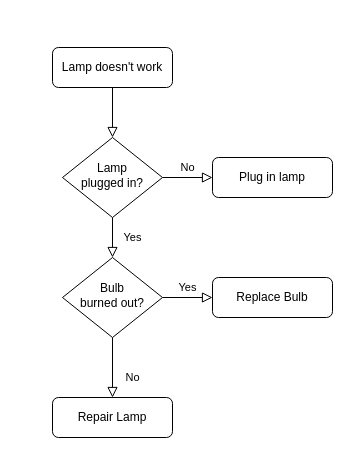
Before: Untitled Diagram1234.drawio in javigallotorres/Data4Good, a draw.io diagram. Source tidied: cells renumbered, new cells numbered last; positions are measured from the earlier drawing's top-left corner, leaving out a move shared by most shapes. Both pictures are drawn from the tidied source at 100%, with x=0, y=0 at pixel (52, 47).
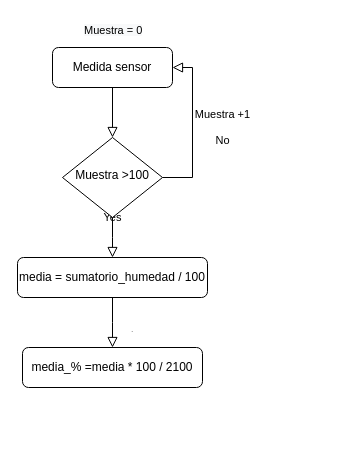
Above is the later version.

Diff of the diagram source:
```diff
@@
 <mxGraphModel>
   <root>
     <mxCell id="0" />
     <mxCell id="1" parent="0" />
     <mxCell id="2" style="rounded=0;html=1;jettySize=auto;fontSize=11;endArrow=block;endFill=0;endSize=8;strokeWidth=1;shadow=0;labelBackgroundColor=none;edgeStyle=orthogonalEdgeStyle;" parent="1" edge="1" source="3" target="6">
       <mxGeometry relative="1" as="geometry" />
     </mxCell>
-    <mxCell id="3" value="Lamp doesn't work" style="rounded=1;whiteSpace=wrap;html=1;fontSize=12;glass=0;strokeWidth=1;shadow=0;" parent="1" vertex="1">
+    <mxCell id="3" value="Medida sensor" style="rounded=1;whiteSpace=wrap;html=1;fontSize=12;glass=0;strokeWidth=1;shadow=0;" parent="1" vertex="1">
       <mxGeometry width="120" height="40" as="geometry" />
     </mxCell>
-    <mxCell id="4" value="Yes" style="rounded=0;html=1;jettySize=auto;fontSize=11;endArrow=block;endFill=0;endSize=8;strokeWidth=1;shadow=0;labelBackgroundColor=none;edgeStyle=orthogonalEdgeStyle;" parent="1" edge="1" source="6" target="10">
-      <mxGeometry y="20" relative="1" as="geometry" />
+    <mxCell id="4" value="Yes" style="rounded=0;html=1;jettySize=auto;fontSize=11;endArrow=block;endFill=0;endSize=8;strokeWidth=1;shadow=0;labelBackgroundColor=none;edgeStyle=orthogonalEdgeStyle;" parent="1" edge="1" source="6">
+      <mxGeometry y="20" relative="1" as="geometry">
+        <mxPoint x="60" y="210" as="targetPoint" />
+      </mxGeometry>
     </mxCell>
-    <mxCell id="5" value="No" style="edgeStyle=orthogonalEdgeStyle;rounded=0;html=1;jettySize=auto;fontSize=11;endArrow=block;endFill=0;endSize=8;strokeWidth=1;shadow=0;labelBackgroundColor=none;" parent="1" edge="1" source="6" target="7">
-      <mxGeometry y="10" relative="1" as="geometry" />
+    <mxCell id="5" value="Muestra +1&lt;br&gt;&lt;br&gt;No" style="edgeStyle=orthogonalEdgeStyle;rounded=0;html=1;jettySize=auto;fontSize=11;endArrow=block;endFill=0;endSize=8;strokeWidth=1;shadow=0;labelBackgroundColor=none;entryX=1;entryY=0.5;entryDx=0;entryDy=0;" parent="1" edge="1" source="6" target="3">
+      <mxGeometry y="-30" relative="1" as="geometry">
+        <Array as="points">
+          <mxPoint x="140" y="130" />
+          <mxPoint x="140" y="20" />
+        </Array>
+      </mxGeometry>
     </mxCell>
-    <mxCell id="6" value="Lamp&lt;br&gt;plugged in?" style="rhombus;whiteSpace=wrap;html=1;shadow=0;fontFamily=Helvetica;fontSize=12;align=center;strokeWidth=1;spacing=6;spacingTop=-4;" parent="1" vertex="1">
+    <mxCell id="6" value="Muestra &amp;gt;100" style="rhombus;whiteSpace=wrap;html=1;shadow=0;fontFamily=Helvetica;fontSize=12;align=center;strokeWidth=1;spacing=6;spacingTop=-4;" parent="1" vertex="1">
       <mxGeometry x="10" y="90" width="100" height="80" as="geometry" />
     </mxCell>
-    <mxCell id="7" value="Plug in lamp" style="rounded=1;whiteSpace=wrap;html=1;fontSize=12;glass=0;strokeWidth=1;shadow=0;" parent="1" vertex="1">
-      <mxGeometry x="160" y="110" width="120" height="40" as="geometry" />
-    </mxCell>
-    <mxCell id="8" value="No" style="rounded=0;html=1;jettySize=auto;fontSize=11;endArrow=block;endFill=0;endSize=8;strokeWidth=1;shadow=0;labelBackgroundColor=none;edgeStyle=orthogonalEdgeStyle;" parent="1" edge="1" source="10" target="11">
-      <mxGeometry x="0.33" y="20" relative="1" as="geometry" />
+    <mxCell id="8" value="No" style="rounded=0;html=1;jettySize=auto;fontSize=1;endArrow=block;endFill=0;endSize=8;strokeWidth=1;shadow=0;labelBackgroundColor=none;edgeStyle=orthogonalEdgeStyle;exitX=0.5;exitY=1;exitDx=0;exitDy=0;" parent="1" edge="1" source="12">
+      <mxGeometry x="0.33" y="20" relative="1" as="geometry">
+        <mxPoint x="60" y="300" as="targetPoint" />
+      </mxGeometry>
     </mxCell>
-    <mxCell id="9" value="Yes" style="edgeStyle=orthogonalEdgeStyle;rounded=0;html=1;jettySize=auto;fontSize=11;endArrow=block;endFill=0;endSize=8;strokeWidth=1;shadow=0;labelBackgroundColor=none;" parent="1" edge="1" source="10" target="12">
-      <mxGeometry y="10" relative="1" as="geometry" />
-    </mxCell>
-    <mxCell id="10" value="Bulb&lt;br&gt;burned out?" style="rhombus;whiteSpace=wrap;html=1;shadow=0;fontFamily=Helvetica;fontSize=12;align=center;strokeWidth=1;spacing=6;spacingTop=-4;" parent="1" vertex="1">
-      <mxGeometry x="10" y="210" width="100" height="80" as="geometry" />
-    </mxCell>
-    <mxCell id="11" value="Repair Lamp" style="rounded=1;whiteSpace=wrap;html=1;fontSize=12;glass=0;strokeWidth=1;shadow=0;" parent="1" vertex="1">
-      <mxGeometry y="350" width="120" height="40" as="geometry" />
+    <mxCell id="11" value="media_% =media * 100 / 2100" style="rounded=1;whiteSpace=wrap;html=1;fontSize=12;glass=0;strokeWidth=1;shadow=0;" parent="1" vertex="1">
+      <mxGeometry x="-30" y="300" width="180" height="40" as="geometry" />
     </mxCell>
-    <mxCell id="12" value="Replace Bulb" style="rounded=1;whiteSpace=wrap;html=1;fontSize=12;glass=0;strokeWidth=1;shadow=0;" parent="1" vertex="1">
-      <mxGeometry x="160" y="230" width="120" height="40" as="geometry" />
+    <mxCell id="12" value="media = sumatorio_humedad / 100" style="rounded=1;whiteSpace=wrap;html=1;fontSize=12;glass=0;strokeWidth=1;shadow=0;" parent="1" vertex="1">
+      <mxGeometry x="-35" y="210" width="190" height="40" as="geometry" />
     </mxCell>
+    <mxCell id="13" value="&lt;span style=&quot;color: rgb(0, 0, 0); font-family: Helvetica; font-size: 11px; font-style: normal; font-variant-ligatures: normal; font-variant-caps: normal; font-weight: 400; letter-spacing: normal; orphans: 2; text-align: center; text-indent: 0px; text-transform: none; widows: 2; word-spacing: 0px; -webkit-text-stroke-width: 0px; background-color: rgb(248, 249, 250); text-decoration-thickness: initial; text-decoration-style: initial; text-decoration-color: initial; float: none; display: inline !important;&quot;&gt;Muestra = 0&lt;/span&gt;" style="text;whiteSpace=wrap;html=1;fontSize=1;" parent="1" vertex="1">
+      <mxGeometry x="30" y="-30" width="80" height="20" as="geometry" />
+    </mxCell>
   </root>
 </mxGraphModel>
```
